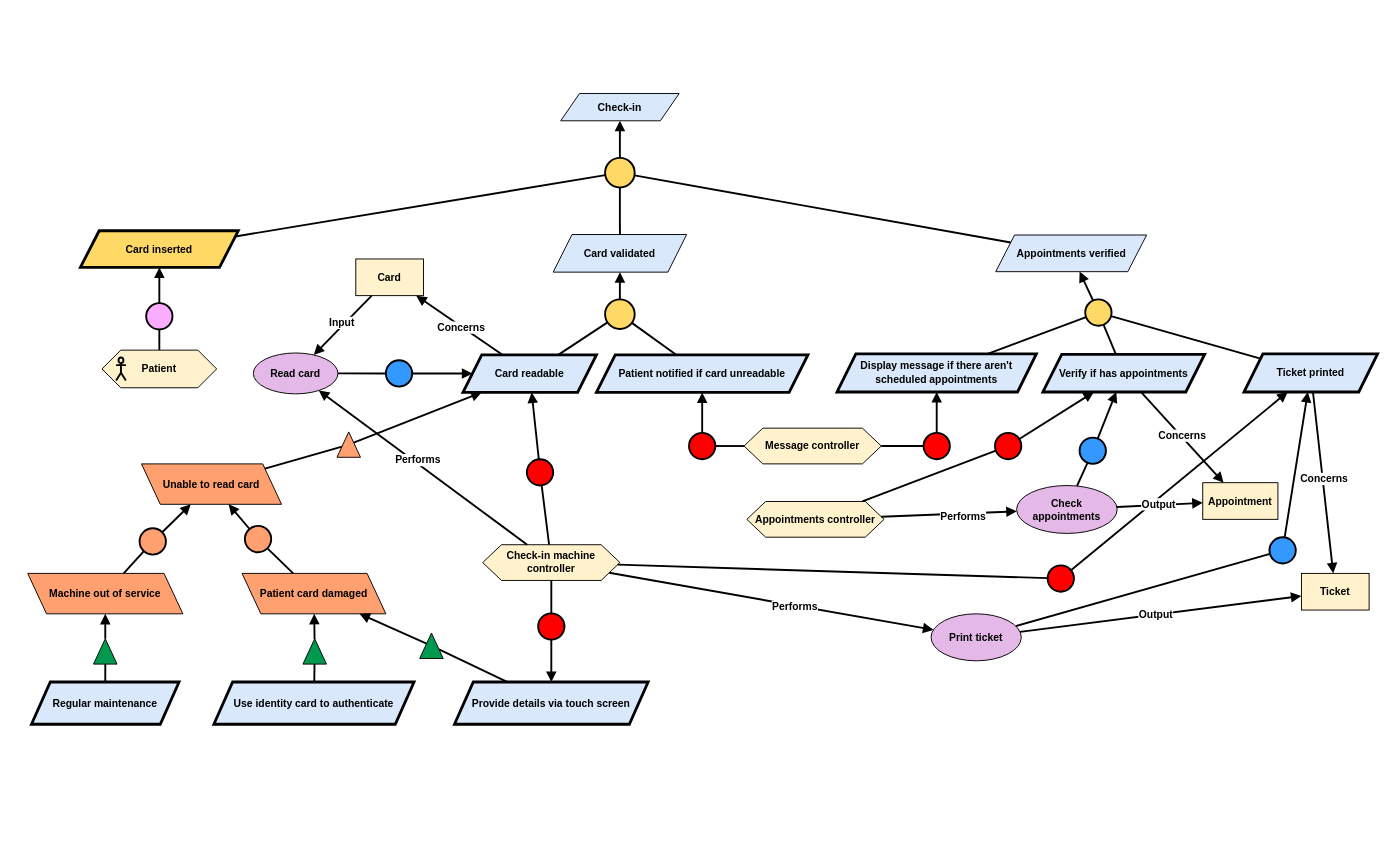
Above: Kaos/KAOS 5.drawio in RafaelCMira/myclinic-msp-project (draw.io), before the change. Source tidied: cells renumbered, new cells numbered last; positions are measured from the earlier drawing's top-left corner, leaving out a move shared by most shapes. Both pictures are drawn from the tidied source at 94%, with x=0, y=0 at pixel (27, 93).
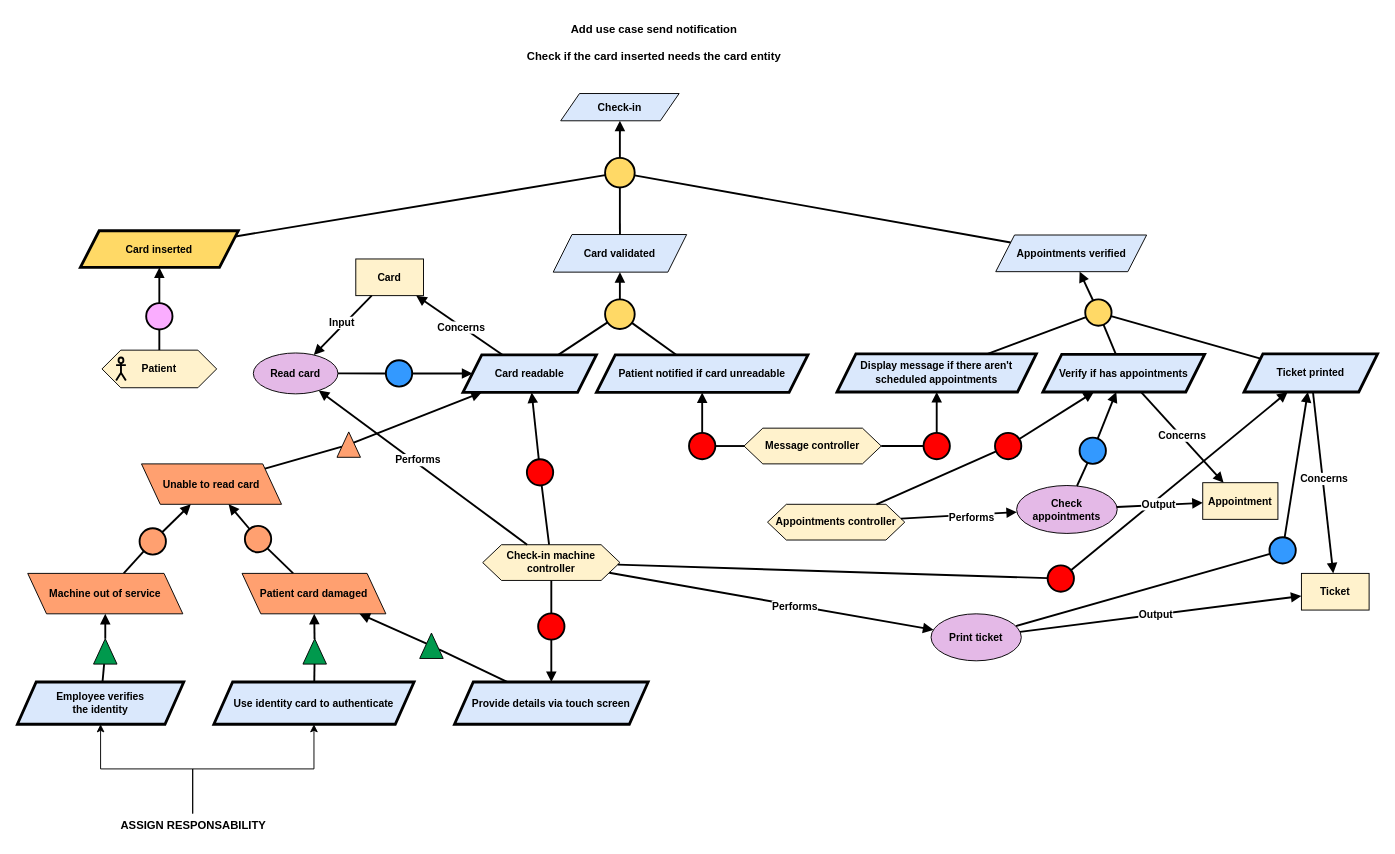
The same diagram, later.

Unchanged cells that the change refers to:
```xml
<mxCell id="85" value="&lt;b&gt;Use identity card to authenticate&lt;/b&gt;" style="shape=parallelogram;perimeter=parallelogramPerimeter;whiteSpace=wrap;html=1;fixedSize=1;fillColor=#dae8fc;strokeColor=#000000;strokeWidth=3;fontFamily=Helvetica;fontSize=11;fontColor=default;labelBackgroundColor=none;" parent="1" vertex="1">
  <mxGeometry x="198" y="626" width="213" height="45" as="geometry" />
</mxCell>
```

Diff of the diagram source:
```diff
@@
     <mxCell id="46" value="&lt;div&gt;&lt;b&gt;Appointments controller&lt;/b&gt;&lt;/div&gt;" style="shape=hexagon;perimeter=hexagonPerimeter2;whiteSpace=wrap;html=1;fixedSize=1;fillColor=#FFF2CC;fontFamily=Helvetica;fontSize=11;fontColor=default;labelBackgroundColor=none;" parent="1" vertex="1">
-      <mxGeometry x="765" y="434" width="146" height="38" as="geometry" />
+      <mxGeometry x="787" y="437" width="146" height="38" as="geometry" />
     </mxCell>
@@
-    <mxCell id="84" value="&lt;b&gt;Regular&amp;nbsp;maintenance&lt;/b&gt;" style="shape=parallelogram;perimeter=parallelogramPerimeter;whiteSpace=wrap;html=1;fixedSize=1;fillColor=#dae8fc;strokeColor=#000000;strokeWidth=3;fontFamily=Helvetica;fontSize=11;fontColor=default;labelBackgroundColor=none;" parent="1" vertex="1">
-      <mxGeometry x="4" y="626" width="157" height="45" as="geometry" />
+    <mxCell id="84" value="&lt;b&gt;Employee verifies &lt;br&gt;the identity&lt;br&gt;&lt;/b&gt;" style="shape=parallelogram;perimeter=parallelogramPerimeter;whiteSpace=wrap;html=1;fixedSize=1;fillColor=#dae8fc;strokeColor=#000000;strokeWidth=3;fontFamily=Helvetica;fontSize=11;fontColor=default;labelBackgroundColor=none;" parent="1" vertex="1">
+      <mxGeometry x="-11" y="626" width="177" height="45" as="geometry" />
     </mxCell>
@@
+    <mxCell id="109" value="&lt;b&gt;Add use case send notification&lt;/b&gt;&lt;div&gt;&lt;b&gt;&lt;br&gt;&lt;/b&gt;&lt;/div&gt;&lt;div&gt;&lt;b&gt;Check if the card inserted needs the card entity&lt;/b&gt;&lt;/div&gt;" style="text;html=1;align=center;verticalAlign=middle;strokeColor=none;fillColor=none;" parent="1" vertex="1">
+      <mxGeometry x="522" y="-82" width="288" height="55" as="geometry" />
+    </mxCell>
+    <mxCell id="110" style="edgeStyle=orthogonalEdgeStyle;rounded=0;jettySize=auto;html=1;" parent="1" edge="1" source="112" target="84">
+      <mxGeometry relative="1" as="geometry" />
+    </mxCell>
+    <mxCell id="111" style="edgeStyle=orthogonalEdgeStyle;rounded=0;jettySize=auto;html=1;" parent="1" edge="1" source="112" target="85">
+      <mxGeometry relative="1" as="geometry" />
+    </mxCell>
+    <mxCell id="112" value="&lt;b&gt;ASSIGN RESPONSABILITY&lt;/b&gt;" style="text;html=1;align=center;verticalAlign=middle;points=[];strokeColor=none;fillColor=none;" parent="1" vertex="1">
+      <mxGeometry x="89" y="766" width="173" height="26" as="geometry" />
+    </mxCell>
```
